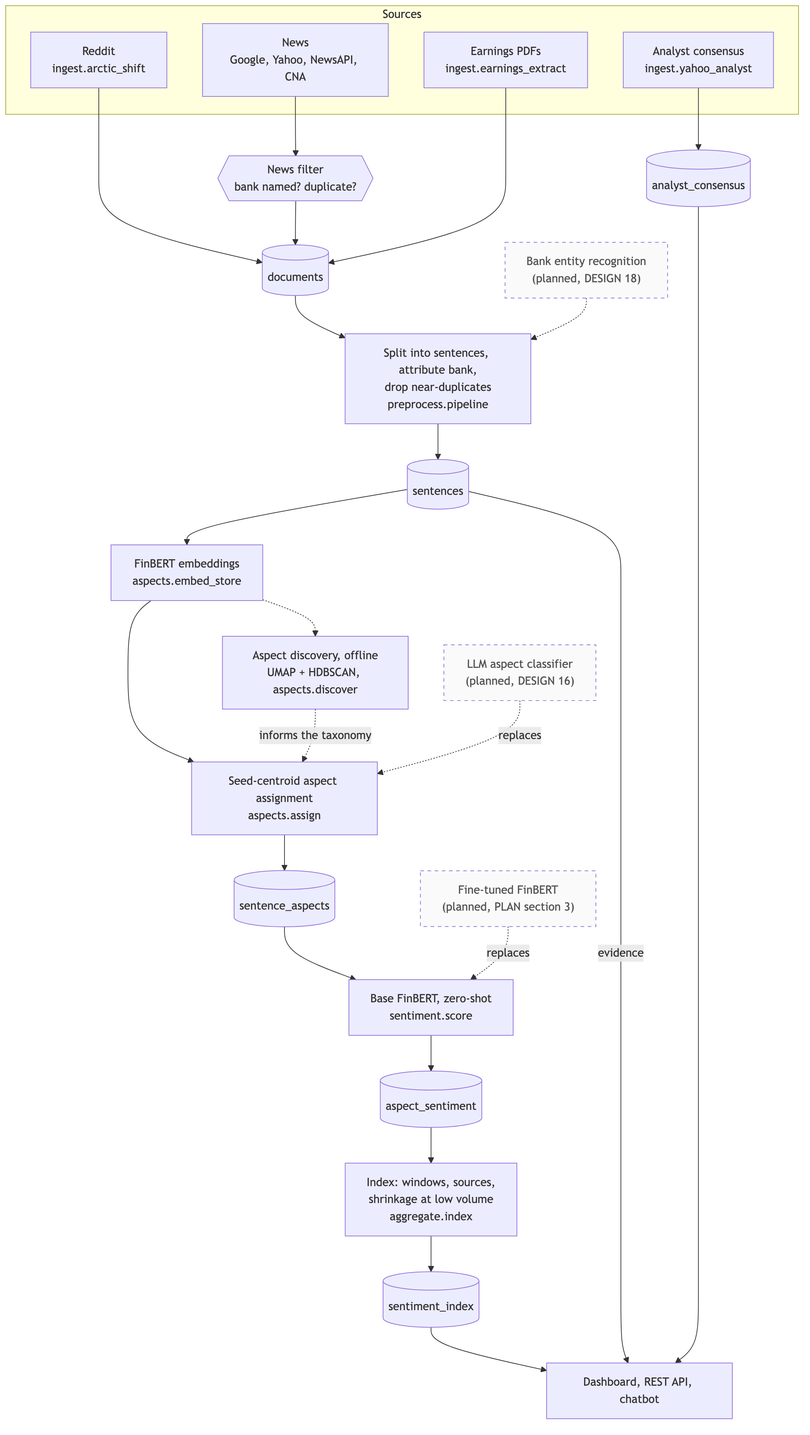
Before: docs/diagrams/img/04-pipeline.png, a diagram exported from Mermaid (Gavingyh/plp-project). Its source is kept beside it as docs/diagrams/src/04-pipeline.mmd.
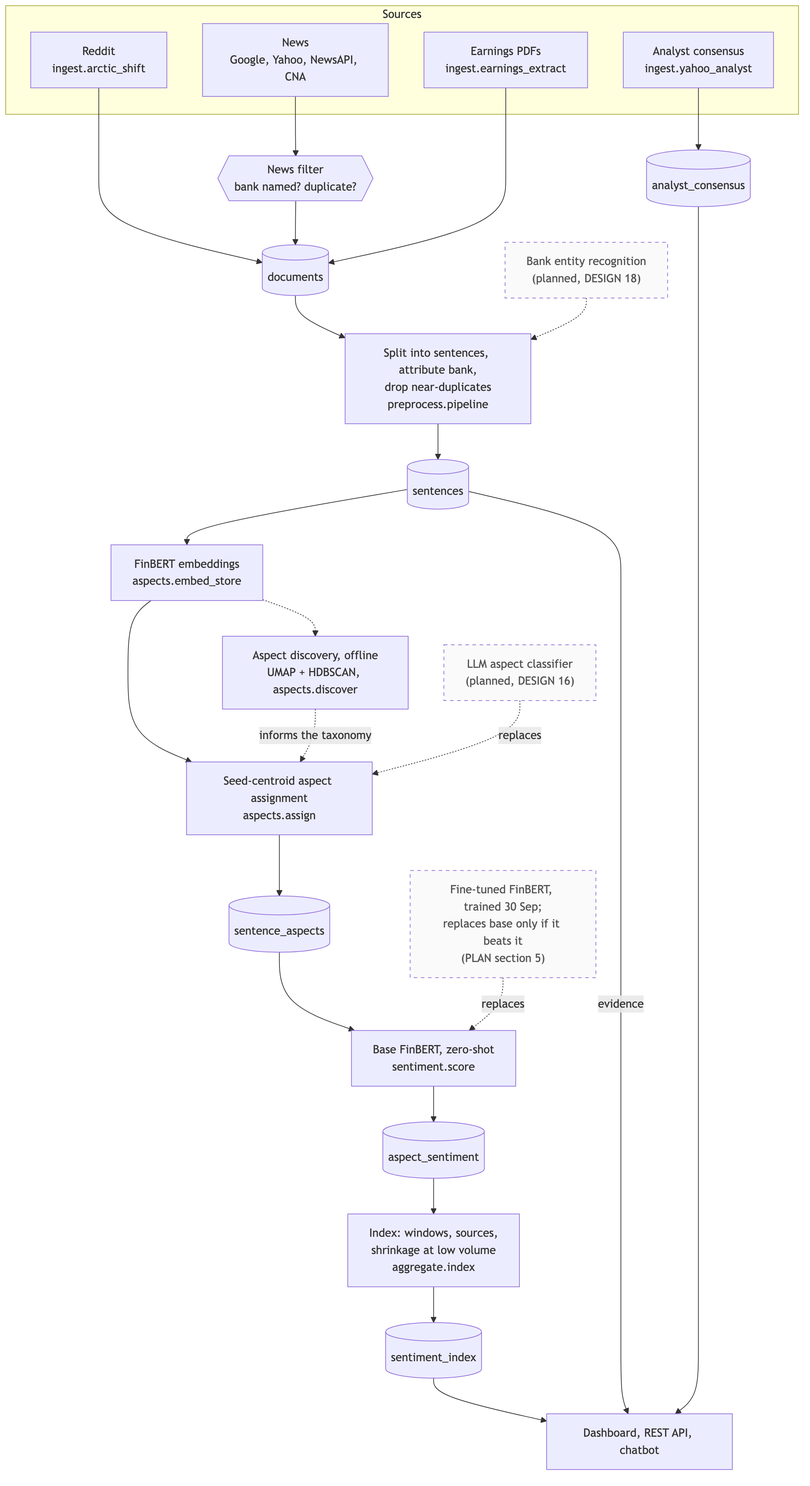
After the change.

The edit, as a diff of the source:
```diff
@@ -21,7 +21,7 @@
   llm["LLM aspect classifier<br/>(planned, DESIGN 16)"]
   sa[("sentence_aspects")]
   score["Base FinBERT, zero-shot<br/>sentiment.score"]
-  ft["Fine-tuned FinBERT<br/>(planned, PLAN section 3)"]
+  ft["Fine-tuned FinBERT, trained 30 Sep;<br/>replaces base only if it beats it<br/>(PLAN section 5)"]
   as[("aspect_sentiment")]
   agg["Index: windows, sources,<br/>shrinkage at low volume<br/>aggregate.index"]
   idx[("sentiment_index")]
```
